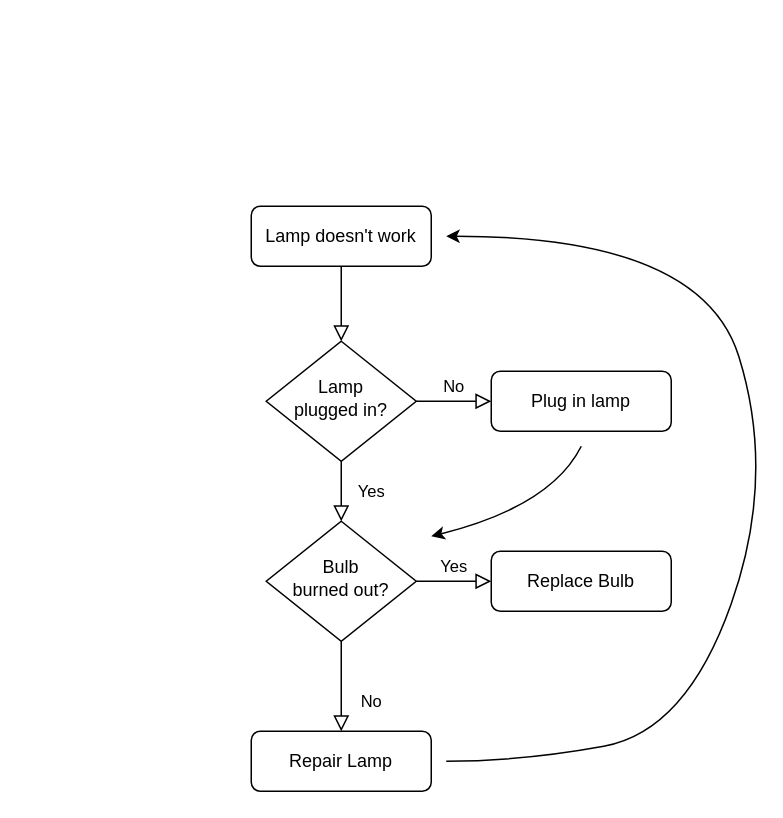
Earlier version of the draw.io diagram Unavngivet diagram.drawio (Magnus-H24HX3/Rutediagram). Source tidied: cells renumbered, new cells numbered last; positions are measured from the earlier drawing's top-left corner, leaving out a move shared by most shapes. Both pictures are drawn from the tidied source at 150%, with x=0, y=0 at pixel (250, 206).
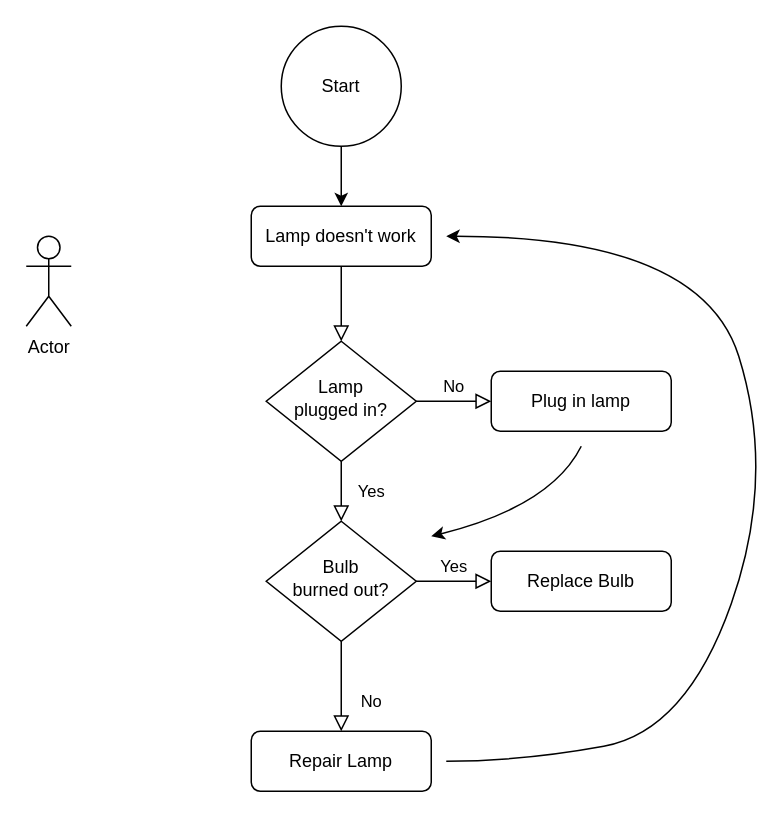
Above is the later version.

The change refers to these unchanged cells:
```xml
<mxCell id="3" value="Lamp doesn't work" style="rounded=1;whiteSpace=wrap;html=1;fontSize=12;glass=0;strokeWidth=1;shadow=0;" parent="1" vertex="1">
  <mxGeometry width="120" height="40" as="geometry" />
</mxCell>
```

Diff of the diagram source:
```diff
@@
+    <mxCell id="15" style="edgeStyle=orthogonalEdgeStyle;rounded=0;jettySize=auto;html=1;" parent="1" edge="1" source="16" target="3">
+      <mxGeometry relative="1" as="geometry" />
+    </mxCell>
+    <mxCell id="16" value="Start" style="ellipse;whiteSpace=wrap;html=1;" parent="1" vertex="1">
+      <mxGeometry x="20" y="-120" width="80" height="80" as="geometry" />
+    </mxCell>
+    <mxCell id="17" value="Actor" style="shape=umlActor;verticalLabelPosition=bottom;verticalAlign=top;html=1;" parent="1" vertex="1">
+      <mxGeometry x="-150" y="20" width="30" height="60" as="geometry" />
+    </mxCell>
```
